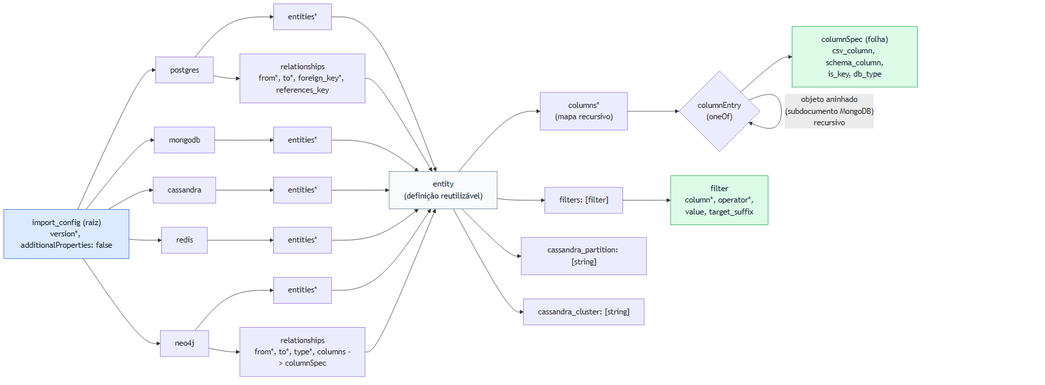
The Mermaid diagram docs-tcc/polyglot-tcc-latex-final/images/figure8-import-schema.png in lucasbc92/polyglot-import-csv, before a commit. Its source is kept beside it as docs-tcc/polyglot-tcc-latex-final/images/figure8-import-schema.mmd.
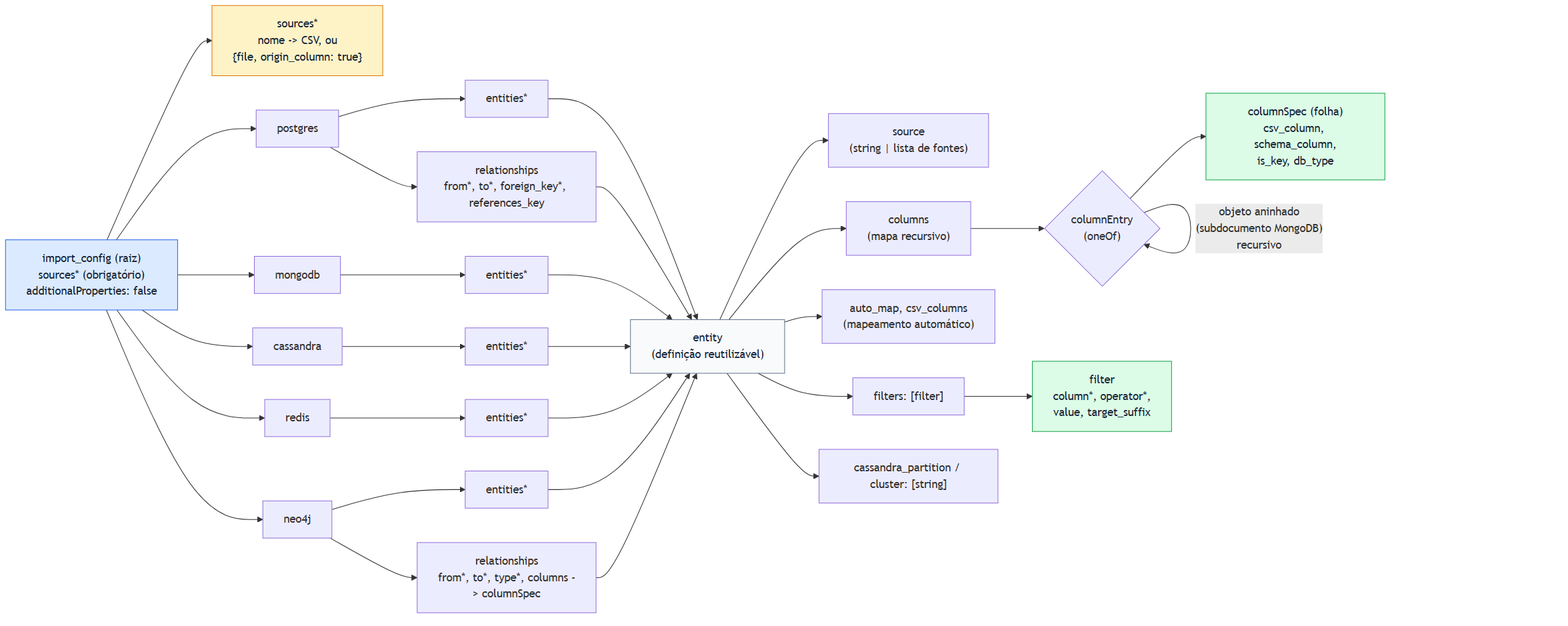
After the change.

Commit message:
docs(tcc): rewrite Chapter 4 for config v2 (sources model) + observability

The edit, as a diff of the source:
```diff
@@ -1,5 +1,6 @@
 flowchart LR
-    ROOT["import_config (raiz)\nversion*, additionalProperties: false"]
+    ROOT["import_config (raiz)\nsources* (obrigatório)\nadditionalProperties: false"]
+    ROOT --> SRC["sources*\nnome -> CSV, ou\n{file, origin_column: true}"]
     ROOT --> PG[postgres]
     ROOT --> MG[mongodb]
     ROOT --> CS[cassandra]
@@ -23,10 +24,11 @@
     NJR --> ENTITY
 
     ENTITY["entity\n(definição reutilizável)"]
-    ENTITY --> COLS["columns*\n(mapa recursivo)"]
+    ENTITY --> SRCF["source\n(string | lista de fontes)"]
+    ENTITY --> COLS["columns\n(mapa recursivo)"]
+    ENTITY --> AUTO["auto_map, csv_columns\n(mapeamento automático)"]
     ENTITY --> FILT["filters: [filter]"]
-    ENTITY --> CPART["cassandra_partition: [string]"]
-    ENTITY --> CCLUST["cassandra_cluster: [string]"]
+    ENTITY --> CPART["cassandra_partition / cluster: [string]"]
 
     COLS --> CENTRY{"columnEntry\n(oneOf)"}
     CENTRY --> CSPEC["columnSpec (folha)\ncsv_column, schema_column,\nis_key, db_type"]
@@ -35,6 +37,7 @@
     FILT --> FSPEC["filter\ncolumn*, operator*,\nvalue, target_suffix"]
 
     style ROOT fill:#dbeafe,stroke:#2563eb,color:#1e293b
+    style SRC fill:#fef3c7,stroke:#d97706,color:#1e293b
     style ENTITY fill:#f8fafc,stroke:#64748b,color:#1e293b
     style CSPEC fill:#dcfce7,stroke:#16a34a,color:#1e293b
     style FSPEC fill:#dcfce7,stroke:#16a34a,color:#1e293b
```
